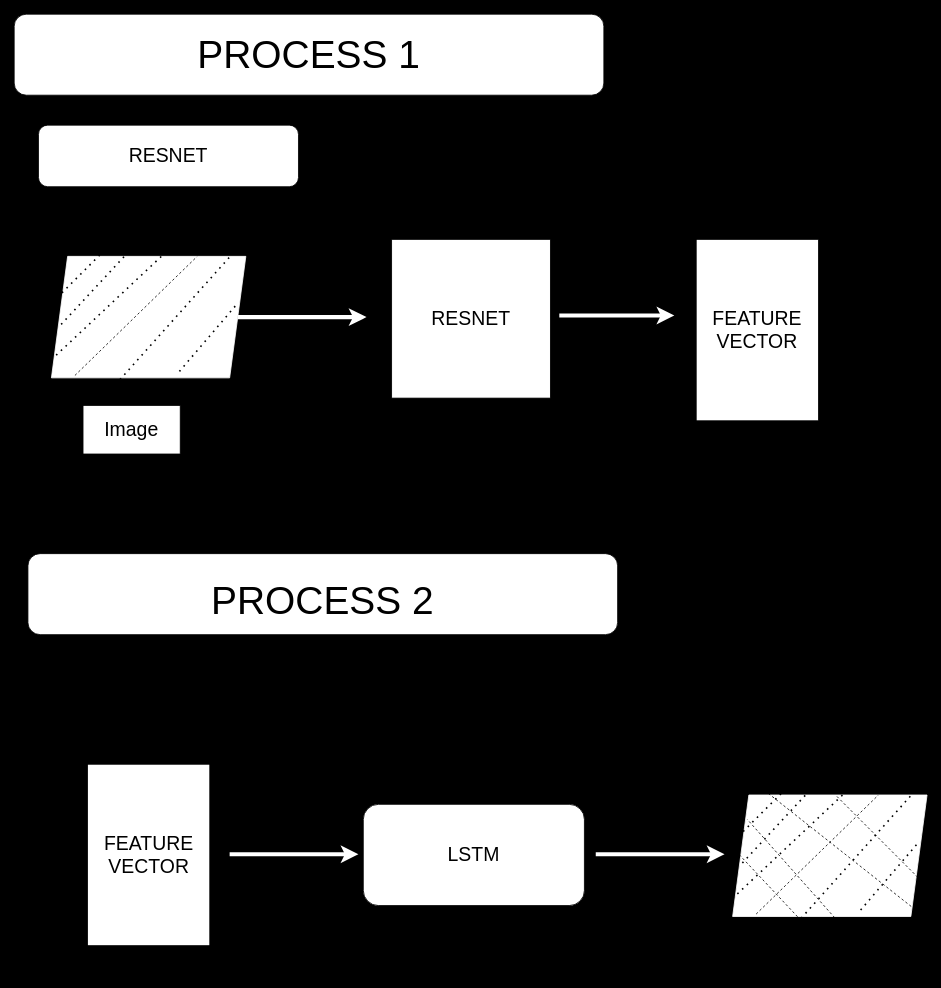
Earlier version of the draw.io diagram Image2Diagram.drawio (Kp270705/ML-Drawings). Source tidied: cells renumbered, new cells numbered last; positions are measured from the earlier drawing's top-left corner, leaving out a move shared by most shapes. Both pictures are drawn from the tidied source at 81%, with x=0, y=0 at pixel (14, 14).
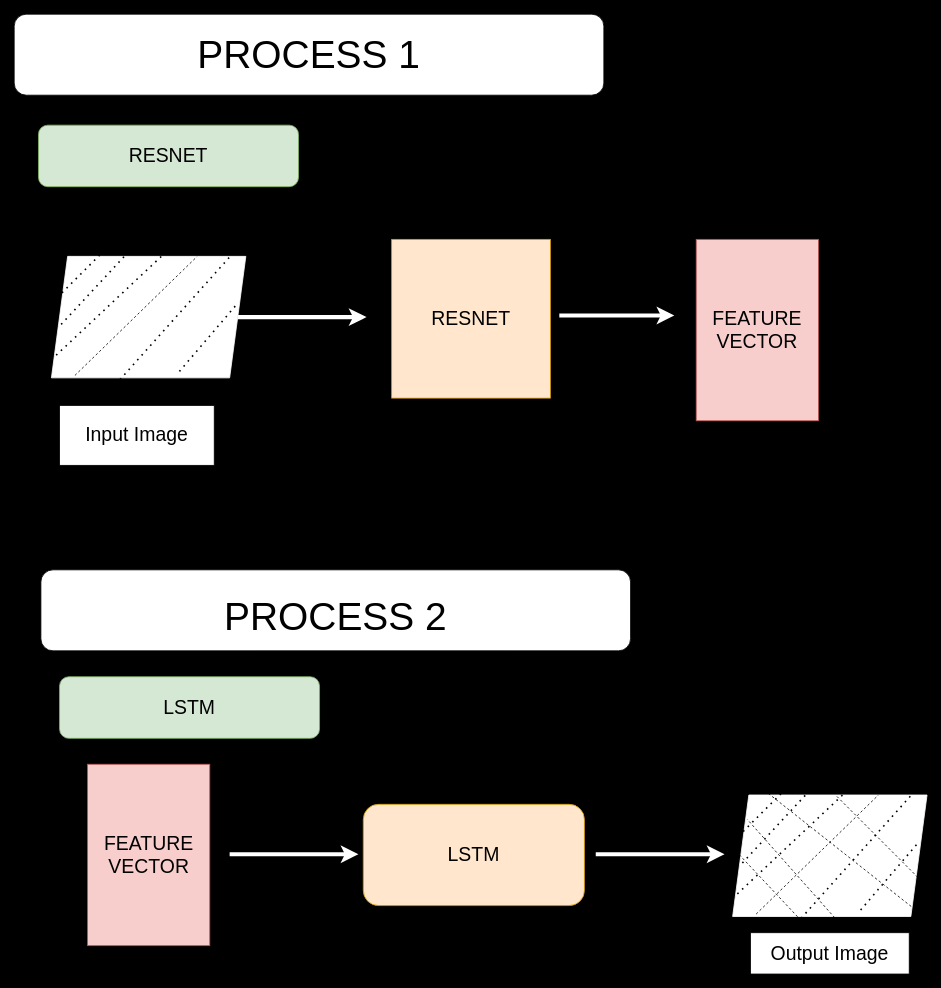
After the change.

Diff of the diagram source:
```diff
@@
-    <mxCell id="2" value="&lt;font style=&quot;font-size: 24px;&quot;&gt;RESNET&lt;/font&gt;" style="rounded=1;whiteSpace=wrap;html=1;" parent="1" vertex="1">
+    <mxCell id="2" value="&lt;font style=&quot;font-size: 24px;&quot;&gt;RESNET&lt;/font&gt;" style="rounded=1;whiteSpace=wrap;html=1;fillColor=#d5e8d4;strokeColor=#82b366;" parent="1" vertex="1">
       <mxGeometry x="30" y="137" width="321" height="76" as="geometry" />
     </mxCell>
@@
-    <mxCell id="5" value="&lt;font style=&quot;font-size: 24px;&quot;&gt;RESNET&lt;/font&gt;" style="whiteSpace=wrap;html=1;" parent="1" vertex="1">
+    <mxCell id="5" value="&lt;font style=&quot;font-size: 24px;&quot;&gt;RESNET&lt;/font&gt;" style="whiteSpace=wrap;html=1;fillColor=#ffe6cc;strokeColor=#d79b00;" parent="1" vertex="1">
       <mxGeometry x="466" y="278" width="196" height="196" as="geometry" />
     </mxCell>
-    <mxCell id="6" value="&lt;font style=&quot;font-size: 24px;&quot;&gt;FEATURE VECTOR&lt;br&gt;&lt;/font&gt;" style="rounded=0;whiteSpace=wrap;html=1;" parent="1" vertex="1">
+    <mxCell id="6" value="&lt;font style=&quot;font-size: 24px;&quot;&gt;FEATURE VECTOR&lt;br&gt;&lt;/font&gt;" style="rounded=0;whiteSpace=wrap;html=1;fillColor=#f8cecc;strokeColor=#b85450;" parent="1" vertex="1">
       <mxGeometry x="842" y="278" width="151" height="224" as="geometry" />
     </mxCell>
@@
     <mxCell id="8" value="&lt;font style=&quot;font-size: 72px;&quot;&gt;&lt;font style=&quot;font-size: 48px;&quot;&gt;PROCESS 2&lt;/font&gt;&lt;br&gt;&lt;/font&gt;" style="rounded=1;whiteSpace=wrap;html=1;" parent="1" vertex="1">
-      <mxGeometry x="17" y="666" width="728" height="100" as="geometry" />
+      <mxGeometry x="33" y="686" width="728" height="100" as="geometry" />
     </mxCell>
-    <mxCell id="9" value="&lt;font style=&quot;font-size: 24px;&quot;&gt;FEATURE VECTOR&lt;br&gt;&lt;/font&gt;" style="rounded=0;whiteSpace=wrap;html=1;" parent="1" vertex="1">
+    <mxCell id="9" value="&lt;font style=&quot;font-size: 24px;&quot;&gt;FEATURE VECTOR&lt;br&gt;&lt;/font&gt;" style="rounded=0;whiteSpace=wrap;html=1;fillColor=#f8cecc;strokeColor=#b85450;" parent="1" vertex="1">
       <mxGeometry x="90.5" y="926" width="151" height="224" as="geometry" />
     </mxCell>
@@
-    <mxCell id="11" value="&lt;font style=&quot;font-size: 24px;&quot;&gt;LSTM&lt;/font&gt;" style="rounded=1;whiteSpace=wrap;html=1;" parent="1" vertex="1">
+    <mxCell id="11" value="&lt;font style=&quot;font-size: 24px;&quot;&gt;LSTM&lt;/font&gt;" style="rounded=1;whiteSpace=wrap;html=1;fillColor=#ffe6cc;strokeColor=#d79b00;" parent="1" vertex="1">
       <mxGeometry x="431" y="975.5" width="273" height="125" as="geometry" />
     </mxCell>
@@
-    <mxCell id="13" value="&lt;font style=&quot;font-size: 24px;&quot;&gt;Image&lt;/font&gt;" style="rounded=0;whiteSpace=wrap;html=1;" parent="1" vertex="1">
-      <mxGeometry x="85" y="483" width="120" height="60" as="geometry" />
+    <mxCell id="13" value="&lt;font style=&quot;font-size: 24px;&quot;&gt;Input Image&lt;br&gt;&lt;/font&gt;" style="rounded=0;whiteSpace=wrap;html=1;" parent="1" vertex="1">
+      <mxGeometry x="56" y="483" width="191" height="74" as="geometry" />
     </mxCell>
@@
+    <mxCell id="34" value="&lt;font style=&quot;font-size: 24px;&quot;&gt;Output Image&lt;/font&gt;" style="rounded=0;whiteSpace=wrap;html=1;" parent="1" vertex="1">
+      <mxGeometry x="909" y="1134" width="196" height="51" as="geometry" />
+    </mxCell>
+    <mxCell id="35" value="&lt;font style=&quot;font-size: 24px;&quot;&gt;LSTM&lt;br&gt;&lt;/font&gt;" style="rounded=1;whiteSpace=wrap;html=1;fillColor=#d5e8d4;strokeColor=#82b366;" parent="1" vertex="1">
+      <mxGeometry x="56" y="818" width="321" height="76" as="geometry" />
+    </mxCell>
```
